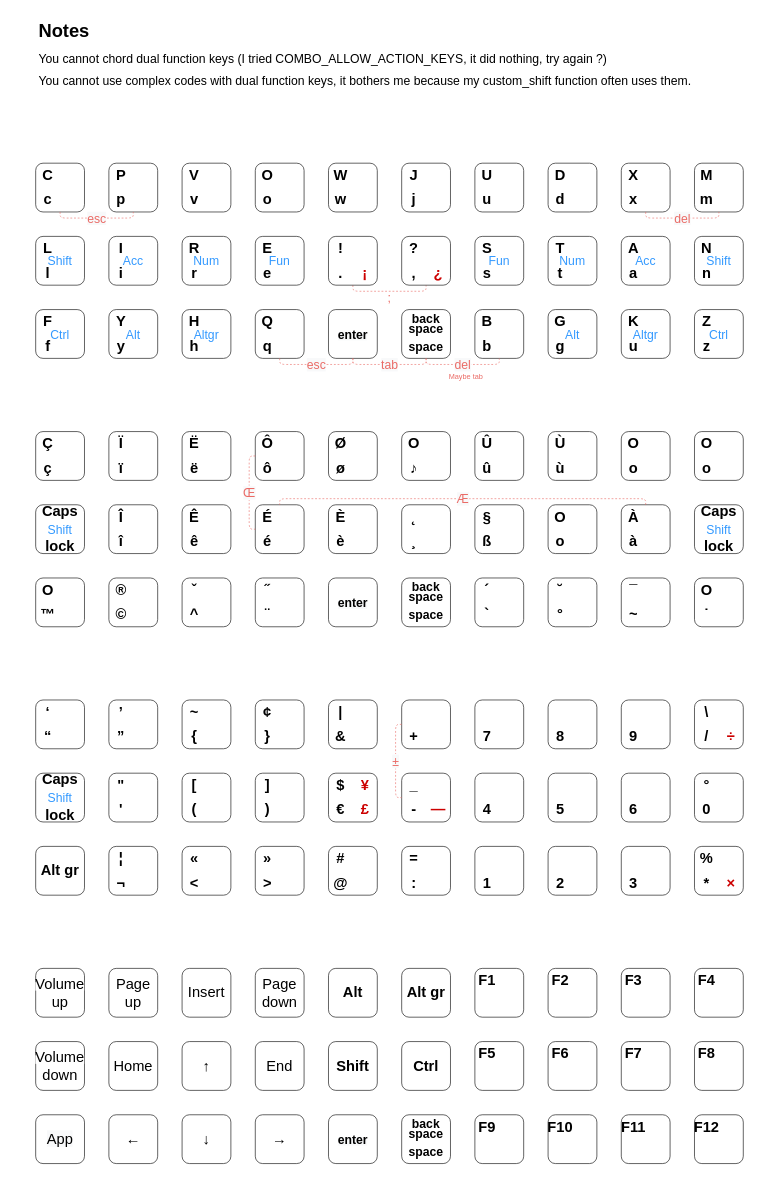
The draw.io diagram Gherkin with custom lire layout for 30 keys/gherkin aito-lire.drawio in Hedgestock/custom-keyboard-layouts, before the edit. Source tidied: cells renumbered, new cells numbered last; positions are measured from the earlier drawing's top-left corner, leaving out a move shared by most shapes. Both pictures are drawn from the tidied source at 61%, with x=0, y=0 at pixel (35, 16).
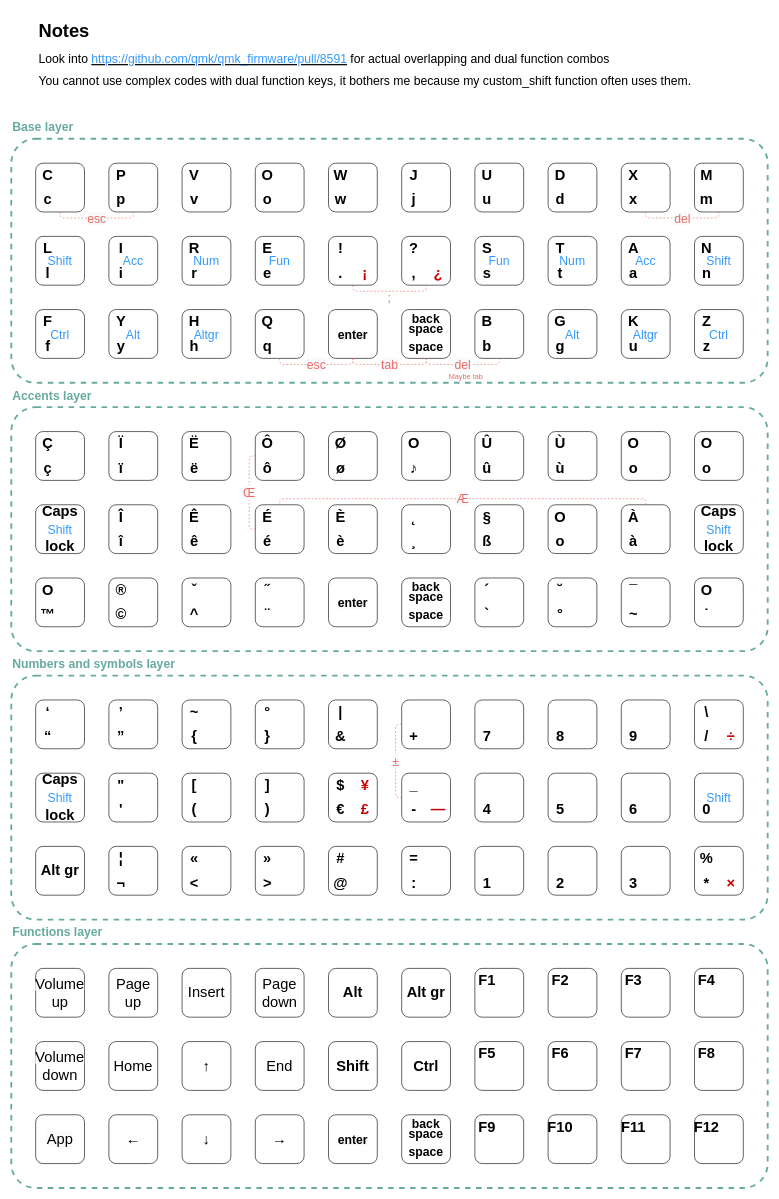
The same diagram, later.

The change refers to these unchanged cells:
```xml
<mxCell id="233" style="group;" parent="1" vertex="1">
  <mxGeometry x="360" y="1120" width="80" height="80" as="geometry" />
</mxCell>
<mxCell id="308" style="group;" parent="1" vertex="1">
  <mxGeometry x="1080" y="1240" width="80" height="80" as="geometry" />
</mxCell>
<mxCell id="412" style="group;" parent="1" vertex="1">
  <mxGeometry y="1240" width="80" height="80" as="geometry" />
</mxCell>
```

Change to the diagram source:
```diff
@@
+    <mxCell id="439" style="group;" parent="1" vertex="1">
+      <mxGeometry x="-40" y="170" width="1240" height="430" as="geometry" />
+    </mxCell>
+    <mxCell id="440" style="rounded=1;whiteSpace=wrap;html=1;fontColor=#EA6B66;fillColor=none;strokeWidth=3;dashed=1;strokeColor=#67AB9F;arcSize=10;" parent="439" vertex="1">
+      <mxGeometry y="30" width="1240" height="400" as="geometry" />
+    </mxCell>
+    <mxCell id="441" value="&lt;span style=&quot;font-size: 20px&quot;&gt;Base layer&lt;/span&gt;" style="text;html=1;strokeColor=none;fillColor=none;align=left;verticalAlign=middle;whiteSpace=wrap;rounded=0;dashed=1;fontColor=#67AB9F;fontStyle=1;" parent="439" vertex="1">
+      <mxGeometry width="250" height="20" as="geometry" />
+    </mxCell>
+    <mxCell id="442" style="group;" parent="1" vertex="1">
+      <mxGeometry x="-40" y="1490" width="1240" height="430" as="geometry" />
+    </mxCell>
+    <mxCell id="443" style="rounded=1;whiteSpace=wrap;html=1;fontColor=#EA6B66;fillColor=none;strokeWidth=3;dashed=1;strokeColor=#67AB9F;arcSize=10;" parent="442" vertex="1">
+      <mxGeometry y="30" width="1240" height="400" as="geometry" />
+    </mxCell>
+    <mxCell id="444" value="&lt;span style=&quot;font-size: 20px&quot;&gt;Functions layer&lt;/span&gt;" style="text;html=1;strokeColor=none;fillColor=none;align=left;verticalAlign=middle;whiteSpace=wrap;rounded=0;dashed=1;fontColor=#67AB9F;fontStyle=1;" parent="442" vertex="1">
+      <mxGeometry width="250" height="20" as="geometry" />
+    </mxCell>
+    <mxCell id="445" style="group;" parent="1" vertex="1">
+      <mxGeometry x="-40" y="610" width="1240" height="430" as="geometry" />
+    </mxCell>
+    <mxCell id="446" style="rounded=1;whiteSpace=wrap;html=1;fontColor=#EA6B66;fillColor=none;strokeWidth=3;dashed=1;strokeColor=#67AB9F;arcSize=10;" parent="445" vertex="1">
+      <mxGeometry y="30" width="1240" height="400" as="geometry" />
+    </mxCell>
+    <mxCell id="447" value="&lt;span style=&quot;font-size: 20px&quot;&gt;Accents layer&lt;/span&gt;" style="text;html=1;strokeColor=none;fillColor=none;align=left;verticalAlign=middle;whiteSpace=wrap;rounded=0;dashed=1;fontColor=#67AB9F;fontStyle=1;" parent="445" vertex="1">
+      <mxGeometry width="250" height="20" as="geometry" />
+    </mxCell>
+    <mxCell id="448" style="group;" parent="1" vertex="1">
+      <mxGeometry x="-40" y="1050" width="1240" height="430" as="geometry" />
+    </mxCell>
+    <mxCell id="449" style="rounded=1;whiteSpace=wrap;html=1;fontColor=#EA6B66;fillColor=none;strokeWidth=3;dashed=1;strokeColor=#67AB9F;arcSize=10;" parent="448" vertex="1">
+      <mxGeometry y="30" width="1240" height="400" as="geometry" />
+    </mxCell>
+    <mxCell id="450" value="&lt;span style=&quot;font-size: 20px&quot;&gt;Numbers and symbols layer&lt;/span&gt;" style="text;html=1;strokeColor=none;fillColor=none;align=left;verticalAlign=middle;whiteSpace=wrap;rounded=0;dashed=1;fontColor=#67AB9F;fontStyle=1;" parent="448" vertex="1">
+      <mxGeometry width="360" height="20" as="geometry" />
+    </mxCell>
+    <mxCell id="216" style="group;" parent="448" vertex="1">
+      <mxGeometry x="640" y="70" width="80" height="80" as="geometry" />
+    </mxCell>
+    <mxCell id="217" style="rounded=1;whiteSpace=wrap;html=1;" parent="216" vertex="1">
+      <mxGeometry width="80" height="80" as="geometry" />
+    </mxCell>
+    <mxCell id="218" value="&lt;b&gt;&lt;font style=&quot;font-size: 24px&quot;&gt;+&lt;/font&gt;&lt;/b&gt;" style="text;html=1;strokeColor=none;fillColor=none;align=center;verticalAlign=middle;whiteSpace=wrap;rounded=0;" parent="216" vertex="1">
+      <mxGeometry x="10" y="50" width="20" height="20" as="geometry" />
+    </mxCell>
@@
-    <mxCell id="216" style="group;" parent="1" vertex="1">
-      <mxGeometry x="600" y="1120" width="80" height="80" as="geometry" />
-    </mxCell>
-    <mxCell id="217" style="rounded=1;whiteSpace=wrap;html=1;" parent="216" vertex="1">
-      <mxGeometry width="80" height="80" as="geometry" />
-    </mxCell>
-    <mxCell id="218" value="&lt;b&gt;&lt;font style=&quot;font-size: 24px&quot;&gt;+&lt;/font&gt;&lt;/b&gt;" style="text;html=1;strokeColor=none;fillColor=none;align=center;verticalAlign=middle;whiteSpace=wrap;rounded=0;" parent="216" vertex="1">
-      <mxGeometry x="10" y="50" width="20" height="20" as="geometry" />
-    </mxCell>
@@
-    <mxCell id="236" value="&lt;span style=&quot;font-size: 24px&quot;&gt;&lt;b&gt;¢&lt;/b&gt;&lt;/span&gt;" style="text;html=1;strokeColor=none;fillColor=none;align=center;verticalAlign=middle;whiteSpace=wrap;rounded=0;" parent="233" vertex="1">
-      <mxGeometry x="10" y="10" width="20" height="20" as="geometry" />
-    </mxCell>
+    <mxCell id="311" value="&lt;b style=&quot;font-size: 24px&quot;&gt;°&lt;/b&gt;" style="text;html=1;strokeColor=none;fillColor=none;align=center;verticalAlign=middle;whiteSpace=wrap;rounded=0;" parent="233" vertex="1">
+      <mxGeometry x="10" y="10" width="20" height="20" as="geometry" />
+    </mxCell>
@@
-    <mxCell id="311" value="&lt;b style=&quot;font-size: 24px&quot;&gt;°&lt;/b&gt;" style="text;html=1;strokeColor=none;fillColor=none;align=center;verticalAlign=middle;whiteSpace=wrap;rounded=0;" parent="308" vertex="1">
-      <mxGeometry x="10" y="10" width="20" height="20" as="geometry" />
-    </mxCell>
+    <mxCell id="451" value="&lt;font style=&quot;font-size: 20px&quot; color=&quot;#3399ff&quot;&gt;Shift&lt;/font&gt;" style="text;html=1;strokeColor=none;fillColor=none;align=center;verticalAlign=middle;whiteSpace=wrap;rounded=0;" parent="308" vertex="1">
+      <mxGeometry x="20" y="30" width="40" height="20" as="geometry" />
+    </mxCell>
@@
-    <mxCell id="354" value="&lt;h1&gt;&lt;font style=&quot;font-size: 30px&quot;&gt;Notes&lt;/font&gt;&lt;/h1&gt;&lt;p&gt;&lt;font style=&quot;font-size: 20px&quot;&gt;You cannot chord dual function keys (I tried&amp;nbsp;COMBO_ALLOW_ACTION_KEYS, it did nothing, try again ?)&lt;/font&gt;&lt;/p&gt;&lt;p&gt;&lt;span style=&quot;font-size: 20px&quot;&gt;You cannot use complex codes with dual function keys, it bothers me because my custom_shift function often uses them.&lt;/span&gt;&lt;/p&gt;&lt;p&gt;&lt;span style=&quot;font-size: 20px&quot;&gt;&lt;br&gt;&lt;/span&gt;&lt;/p&gt;" style="text;html=1;strokeColor=none;fillColor=none;spacing=5;spacingTop=-20;whiteSpace=wrap;overflow=hidden;rounded=0;" parent="1" vertex="1">
+    <mxCell id="354" value="&lt;h1&gt;&lt;font style=&quot;font-size: 30px&quot;&gt;Notes&lt;/font&gt;&lt;/h1&gt;&lt;span style=&quot;font-size: 20px&quot;&gt;Look into &lt;u&gt;&lt;font color=&quot;#3399ff&quot;&gt;https://github.com/qmk/qmk_firmware/pull/8591&lt;/font&gt;&lt;/u&gt; for actual overlapping and dual function combos&lt;/span&gt;&lt;p&gt;&lt;span style=&quot;font-size: 20px&quot;&gt;You cannot use complex codes with dual function keys, it bothers me because my custom_shift function often uses them.&lt;/span&gt;&lt;br&gt;&lt;/p&gt;&lt;p&gt;&lt;span style=&quot;font-size: 20px&quot;&gt;&lt;br&gt;&lt;/span&gt;&lt;/p&gt;" style="text;html=1;strokeColor=none;fillColor=none;spacing=5;spacingTop=-20;whiteSpace=wrap;overflow=hidden;rounded=0;" parent="1" vertex="1">
       <mxGeometry width="1160" height="160" as="geometry" />
     </mxCell>
@@
-    <mxCell id="414" value="&lt;b&gt;&lt;font style=&quot;font-size: 24px&quot;&gt;&lt;br&gt;&lt;/font&gt;&lt;/b&gt;" style="text;html=1;strokeColor=none;fillColor=none;align=center;verticalAlign=middle;whiteSpace=wrap;rounded=0;" parent="412" vertex="1">
-      <mxGeometry x="10" y="10" width="60" height="60" as="geometry" />
-    </mxCell>
```
